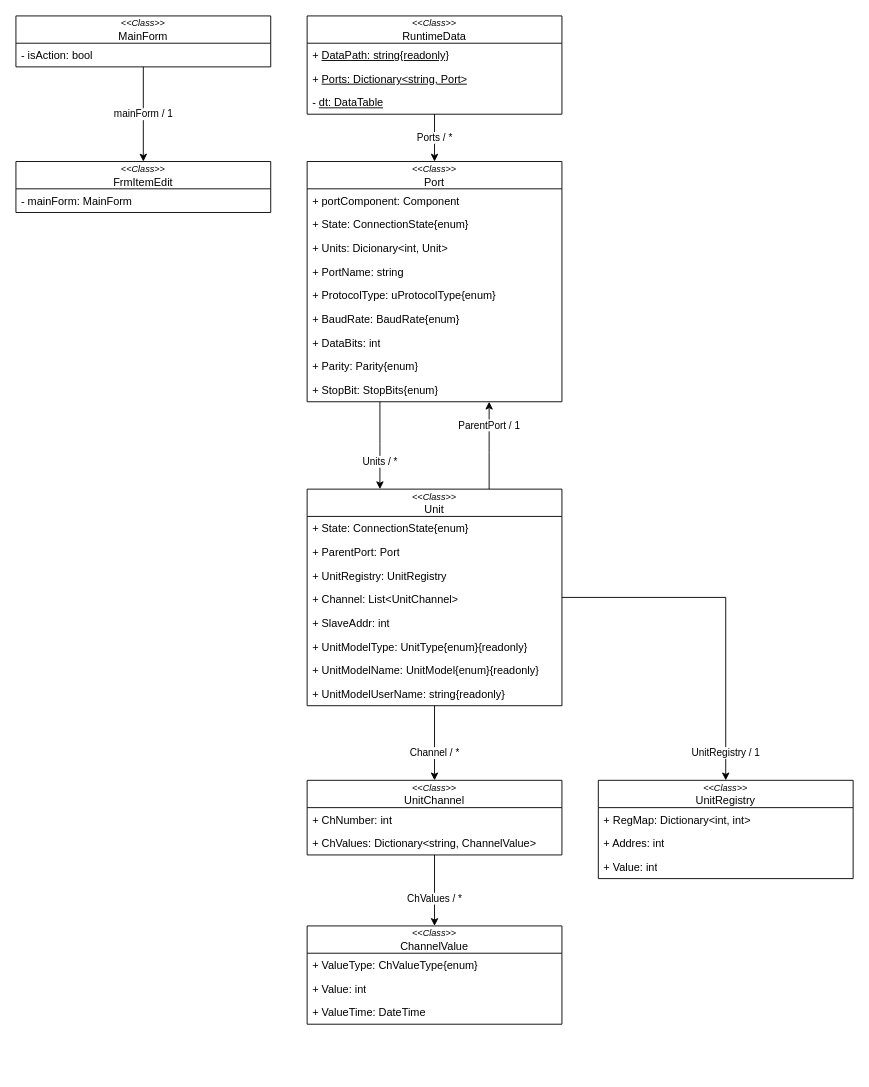
The draw.io diagram page "페이지-1" (1 of 3) of 프로그램 통신.drawio in QYnote/Doodle, before the edit. Source tidied: cells renumbered, new cells numbered last; positions are measured from the earlier drawing's top-left corner, leaving out a move shared by most shapes. Both pictures are drawn from the tidied source at 91%, with x=0, y=0 at pixel (15, 15).
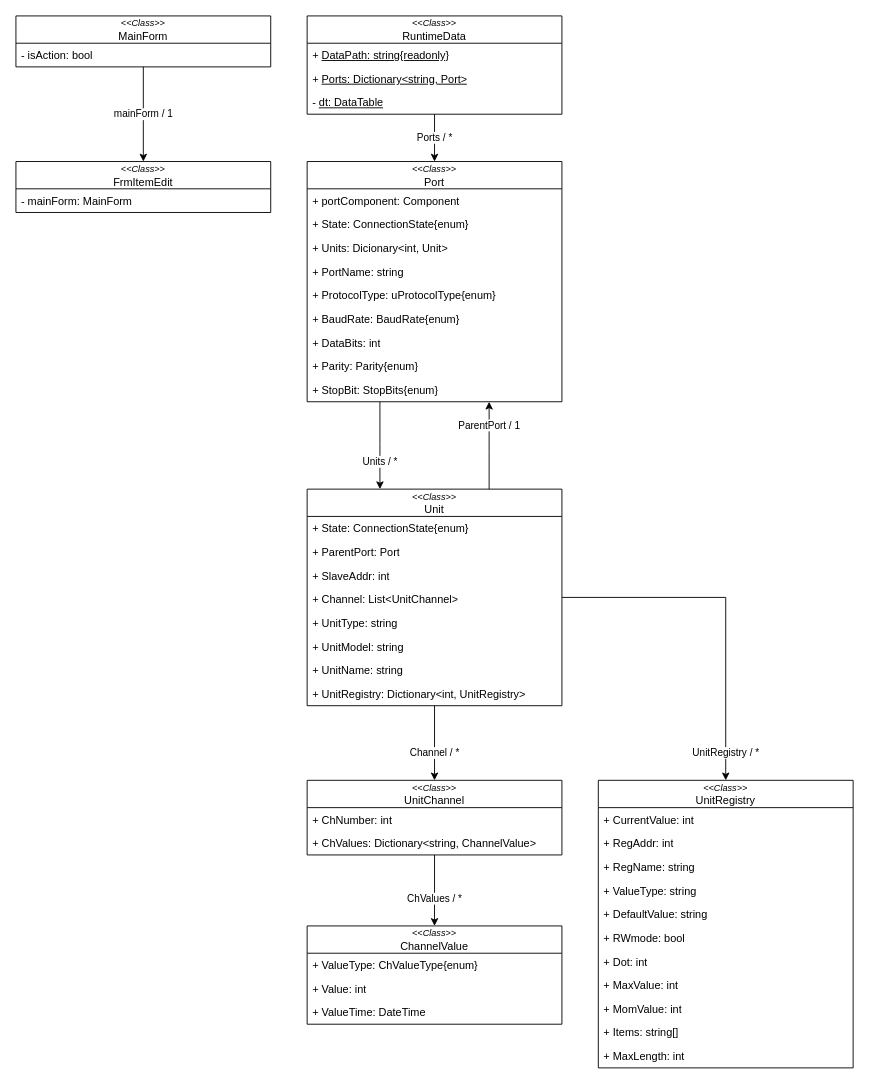
The same page after the edit.

Unchanged cells that the change refers to:
```xml
<mxCell id="21" value="&lt;div&gt;&lt;font style=&quot;font-size: 10px;&quot;&gt;&lt;i&gt;&amp;lt;&amp;lt;Class&amp;gt;&amp;gt;&lt;/i&gt;&lt;/font&gt;&lt;/div&gt;Unit" style="swimlane;fontStyle=0;horizontal=1;startSize=30;fillColor=none;whiteSpace=wrap;html=1;" parent="1" vertex="1">
  <mxGeometry x="320" y="520" width="280" height="238" as="geometry" />
</mxCell>
```

Change to the diagram source:
```diff
@@
-    <mxCell id="19" value="UnitRegistry / 1" style="edgeStyle=orthogonalEdgeStyle;rounded=0;jettySize=auto;html=1;" parent="1" edge="1" source="21" target="30">
+    <mxCell id="19" value="UnitRegistry / *" style="edgeStyle=orthogonalEdgeStyle;rounded=0;jettySize=auto;html=1;" parent="1" edge="1" source="21" target="30">
       <mxGeometry x="0.84" relative="1" as="geometry" />
     </mxCell>
@@
+    <mxCell id="26" value="+ SlaveAddr: int" style="text;strokeColor=none;fillColor=none;align=left;verticalAlign=top;spacingLeft=4;spacingRight=4;overflow=hidden;whiteSpace=wrap;html=1;" parent="21" vertex="1">
+      <mxGeometry y="82" width="280" height="26" as="geometry" />
+    </mxCell>
+    <mxCell id="25" value="+ Channel: List&amp;lt;UnitChannel&amp;gt;" style="text;strokeColor=none;fillColor=none;align=left;verticalAlign=top;spacingLeft=4;spacingRight=4;overflow=hidden;whiteSpace=wrap;html=1;" parent="21" vertex="1">
+      <mxGeometry y="108" width="280" height="26" as="geometry" />
+    </mxCell>
+    <mxCell id="27" value="+ UnitType: string" style="text;strokeColor=none;fillColor=none;align=left;verticalAlign=top;spacingLeft=4;spacingRight=4;overflow=hidden;whiteSpace=wrap;html=1;" parent="21" vertex="1">
+      <mxGeometry y="134" width="280" height="26" as="geometry" />
+    </mxCell>
+    <mxCell id="47" value="+ UnitModel: string" style="text;strokeColor=none;fillColor=none;align=left;verticalAlign=top;spacingLeft=4;spacingRight=4;overflow=hidden;whiteSpace=wrap;html=1;" parent="21" vertex="1">
+      <mxGeometry y="160" width="280" height="26" as="geometry" />
+    </mxCell>
+    <mxCell id="48" value="+ UnitName: string" style="text;strokeColor=none;fillColor=none;align=left;verticalAlign=top;spacingLeft=4;spacingRight=4;overflow=hidden;whiteSpace=wrap;html=1;" parent="21" vertex="1">
+      <mxGeometry y="186" width="280" height="26" as="geometry" />
+    </mxCell>
-    <mxCell id="24" value="+ UnitRegistry: UnitRegistry" style="text;strokeColor=none;fillColor=none;align=left;verticalAlign=top;spacingLeft=4;spacingRight=4;overflow=hidden;whiteSpace=wrap;html=1;" parent="21" vertex="1">
-      <mxGeometry y="82" width="280" height="26" as="geometry" />
+    <mxCell id="24" value="+ UnitRegistry: Dictionary&amp;lt;int, UnitRegistry&amp;gt;" style="text;strokeColor=none;fillColor=none;align=left;verticalAlign=top;spacingLeft=4;spacingRight=4;overflow=hidden;whiteSpace=wrap;html=1;" parent="21" vertex="1">
+      <mxGeometry y="212" width="280" height="26" as="geometry" />
     </mxCell>
-    <mxCell id="25" value="+ Channel: List&amp;lt;UnitChannel&amp;gt;" style="text;strokeColor=none;fillColor=none;align=left;verticalAlign=top;spacingLeft=4;spacingRight=4;overflow=hidden;whiteSpace=wrap;html=1;" parent="21" vertex="1">
-      <mxGeometry y="108" width="280" height="26" as="geometry" />
-    </mxCell>
-    <mxCell id="26" value="+ SlaveAddr: int" style="text;strokeColor=none;fillColor=none;align=left;verticalAlign=top;spacingLeft=4;spacingRight=4;overflow=hidden;whiteSpace=wrap;html=1;" parent="21" vertex="1">
-      <mxGeometry y="134" width="280" height="26" as="geometry" />
-    </mxCell>
-    <mxCell id="27" value="+ UnitModelType: UnitType{enum}{readonly}" style="text;strokeColor=none;fillColor=none;align=left;verticalAlign=top;spacingLeft=4;spacingRight=4;overflow=hidden;whiteSpace=wrap;html=1;" parent="21" vertex="1">
-      <mxGeometry y="160" width="280" height="26" as="geometry" />
-    </mxCell>
-    <mxCell id="28" value="+ UnitModelName: UnitModel{enum}{readonly}" style="text;strokeColor=none;fillColor=none;align=left;verticalAlign=top;spacingLeft=4;spacingRight=4;overflow=hidden;whiteSpace=wrap;html=1;" parent="21" vertex="1">
-      <mxGeometry y="186" width="280" height="26" as="geometry" />
-    </mxCell>
-    <mxCell id="29" value="+ UnitModelUserName: string{readonly}" style="text;strokeColor=none;fillColor=none;align=left;verticalAlign=top;spacingLeft=4;spacingRight=4;overflow=hidden;whiteSpace=wrap;html=1;" parent="21" vertex="1">
-      <mxGeometry y="212" width="280" height="26" as="geometry" />
-    </mxCell>
     <mxCell id="30" value="&lt;div&gt;&lt;font style=&quot;font-size: 10px;&quot;&gt;&lt;i&gt;&amp;lt;&amp;lt;Class&amp;gt;&amp;gt;&lt;/i&gt;&lt;/font&gt;&lt;/div&gt;UnitRegistry" style="swimlane;fontStyle=0;horizontal=1;startSize=30;fillColor=none;whiteSpace=wrap;html=1;" parent="1" vertex="1">
-      <mxGeometry x="640" y="840" width="280" height="108" as="geometry" />
+      <mxGeometry x="640" y="840" width="280" height="316" as="geometry" />
     </mxCell>
-    <mxCell id="31" value="+ RegMap: Dictionary&amp;lt;int, int&amp;gt;" style="text;strokeColor=none;fillColor=none;align=left;verticalAlign=top;spacingLeft=4;spacingRight=4;overflow=hidden;whiteSpace=wrap;html=1;" parent="30" vertex="1">
+    <mxCell id="31" value="+ CurrentValue: int" style="text;strokeColor=none;fillColor=none;align=left;verticalAlign=top;spacingLeft=4;spacingRight=4;overflow=hidden;whiteSpace=wrap;html=1;" parent="30" vertex="1">
       <mxGeometry y="30" width="280" height="26" as="geometry" />
     </mxCell>
-    <mxCell id="32" value="+ Addres: int" style="text;strokeColor=none;fillColor=none;align=left;verticalAlign=top;spacingLeft=4;spacingRight=4;overflow=hidden;whiteSpace=wrap;html=1;" parent="30" vertex="1">
+    <mxCell id="32" value="+ RegAddr: int" style="text;strokeColor=none;fillColor=none;align=left;verticalAlign=top;spacingLeft=4;spacingRight=4;overflow=hidden;whiteSpace=wrap;html=1;" parent="30" vertex="1">
       <mxGeometry y="56" width="280" height="26" as="geometry" />
     </mxCell>
-    <mxCell id="33" value="+ Value: int" style="text;strokeColor=none;fillColor=none;align=left;verticalAlign=top;spacingLeft=4;spacingRight=4;overflow=hidden;whiteSpace=wrap;html=1;" parent="30" vertex="1">
+    <mxCell id="33" value="+ RegName: string" style="text;strokeColor=none;fillColor=none;align=left;verticalAlign=top;spacingLeft=4;spacingRight=4;overflow=hidden;whiteSpace=wrap;html=1;" parent="30" vertex="1">
       <mxGeometry y="82" width="280" height="26" as="geometry" />
     </mxCell>
+    <mxCell id="49" value="+ ValueType: string" style="text;strokeColor=none;fillColor=none;align=left;verticalAlign=top;spacingLeft=4;spacingRight=4;overflow=hidden;whiteSpace=wrap;html=1;" parent="30" vertex="1">
+      <mxGeometry y="108" width="280" height="26" as="geometry" />
+    </mxCell>
+    <mxCell id="50" value="+ DefaultValue: string" style="text;strokeColor=none;fillColor=none;align=left;verticalAlign=top;spacingLeft=4;spacingRight=4;overflow=hidden;whiteSpace=wrap;html=1;" parent="30" vertex="1">
+      <mxGeometry y="134" width="280" height="26" as="geometry" />
+    </mxCell>
+    <mxCell id="51" value="+ RWmode: bool" style="text;strokeColor=none;fillColor=none;align=left;verticalAlign=top;spacingLeft=4;spacingRight=4;overflow=hidden;whiteSpace=wrap;html=1;" parent="30" vertex="1">
+      <mxGeometry y="160" width="280" height="26" as="geometry" />
+    </mxCell>
+    <mxCell id="52" value="+ Dot: int" style="text;strokeColor=none;fillColor=none;align=left;verticalAlign=top;spacingLeft=4;spacingRight=4;overflow=hidden;whiteSpace=wrap;html=1;" parent="30" vertex="1">
+      <mxGeometry y="186" width="280" height="26" as="geometry" />
+    </mxCell>
+    <mxCell id="53" value="+ MaxValue: int" style="text;strokeColor=none;fillColor=none;align=left;verticalAlign=top;spacingLeft=4;spacingRight=4;overflow=hidden;whiteSpace=wrap;html=1;" parent="30" vertex="1">
+      <mxGeometry y="212" width="280" height="26" as="geometry" />
+    </mxCell>
+    <mxCell id="54" value="+ MomValue: int" style="text;strokeColor=none;fillColor=none;align=left;verticalAlign=top;spacingLeft=4;spacingRight=4;overflow=hidden;whiteSpace=wrap;html=1;" parent="30" vertex="1">
+      <mxGeometry y="238" width="280" height="26" as="geometry" />
+    </mxCell>
+    <mxCell id="55" value="+ Items: string[]" style="text;strokeColor=none;fillColor=none;align=left;verticalAlign=top;spacingLeft=4;spacingRight=4;overflow=hidden;whiteSpace=wrap;html=1;" parent="30" vertex="1">
+      <mxGeometry y="264" width="280" height="26" as="geometry" />
+    </mxCell>
+    <mxCell id="56" value="+ MaxLength: int" style="text;strokeColor=none;fillColor=none;align=left;verticalAlign=top;spacingLeft=4;spacingRight=4;overflow=hidden;whiteSpace=wrap;html=1;" parent="30" vertex="1">
+      <mxGeometry y="290" width="280" height="26" as="geometry" />
+    </mxCell>
```
